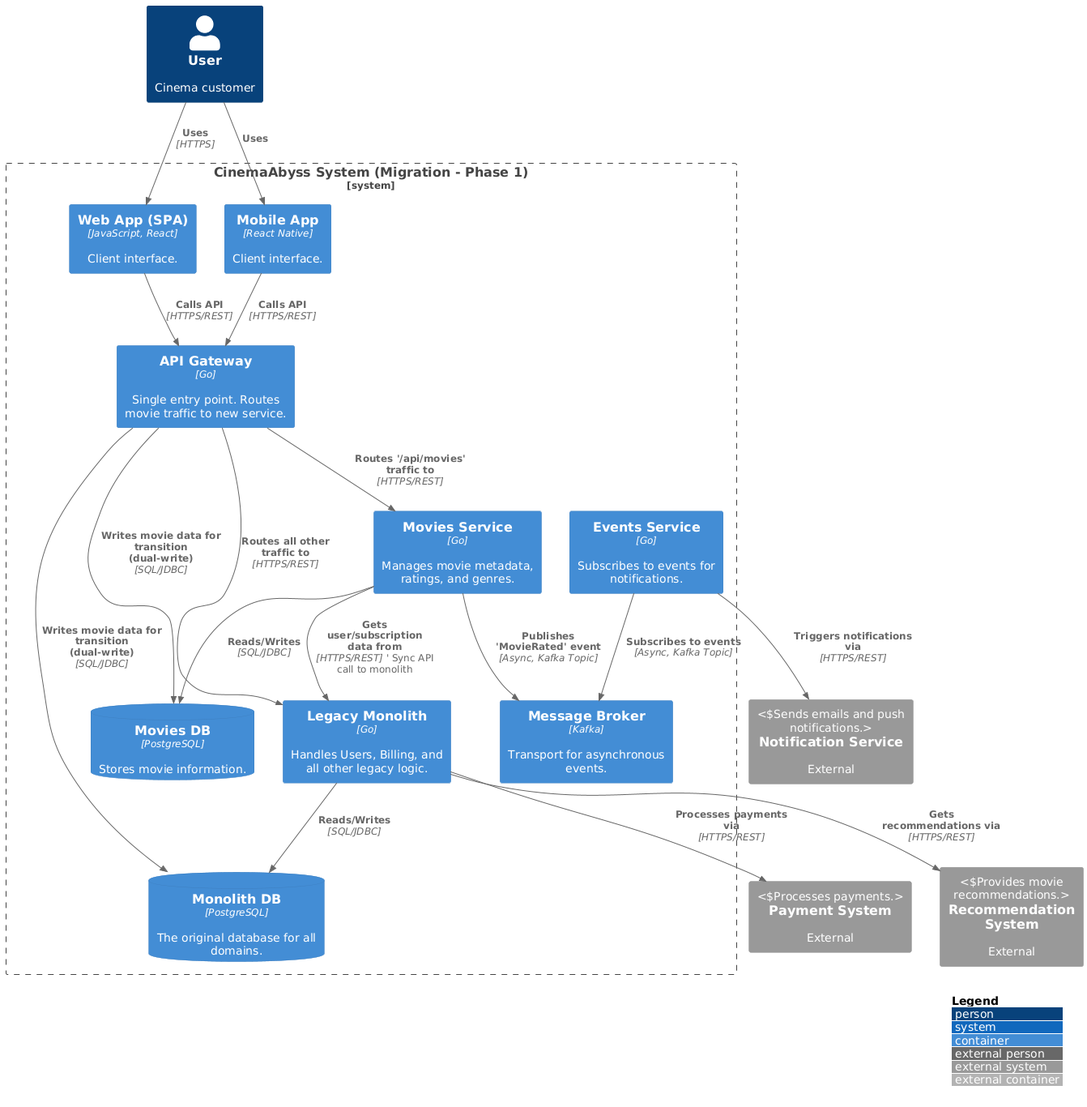
Earlier version of the PlantUML export docs/diagrams/img/C4_Containers_Migration_Phase1.png (agredyaev/architecture-pro-cinemaabyss). Source of this version:
```plantuml
@startuml C4_Containers_Migration_Phase1
!includeurl https://raw.githubusercontent.com/plantuml-stdlib/C4-PlantUML/master/C4_Container.puml

LAYOUT_WITH_LEGEND()

Person(user, "User", "Cinema customer")

System_Boundary(cinema_abyss, "CinemaAbyss System (Migration - Phase 1)") {
    Container(spa, "Web App (SPA)", "JavaScript, React", "Client interface.")
    Container(mobile_app, "Mobile App", "React Native", "Client interface.")

    Container(api_gateway, "API Gateway", "Go", "Single entry point. Routes movie traffic to new service.")

    Container(movies_service, "Movies Service", "Go", "Manages movie metadata, ratings, and genres.")
    ContainerDb(movies_db, "Movies DB", "PostgreSQL", "Stores movie information.")

    Container(events_service, "Events Service", "Go", "Subscribes to events for notifications.")
    Container(kafka, "Message Broker", "Kafka", "Transport for asynchronous events.")

    Container(monolith, "Legacy Monolith", "Go", "Handles Users, Billing, and all other legacy logic.")
    ContainerDb(monolith_db, "Monolith DB", "PostgreSQL", "The original database for all domains.")
}

System_Ext(notification_service, "Notification Service", "External", "Sends emails and push notifications.")
System_Ext(payment_system, "Payment System", "External", "Processes payments.")
System_Ext(recommendation_system, "Recommendation System", "External", "Provides movie recommendations.")

Rel(user, spa, "Uses", "HTTPS")
Rel(user, mobile_app, "Uses")

Rel(spa, api_gateway, "Calls API", "HTTPS/REST")
Rel(mobile_app, api_gateway, "Calls API", "HTTPS/REST")

Rel(api_gateway, movies_service, "Routes '/api/movies' traffic to", "HTTPS/REST")
Rel(api_gateway, monolith, "Routes all other traffic to", "HTTPS/REST")

Rel(movies_service, movies_db, "Reads/Writes", "SQL/JDBC")
Rel(monolith, monolith_db, "Reads/Writes", "SQL/JDBC")
Rel(movies_service, monolith, "Gets user/subscription data from", "HTTPS/REST") ' Sync API call to monolith

Rel(movies_service, kafka, "Publishes 'MovieRated' event", "Async, Kafka Topic")
Rel(events_service, kafka, "Subscribes to events", "Async, Kafka Topic")
Rel(events_service, notification_service, "Triggers notifications via", "HTTPS/REST")

Rel(monolith, payment_system, "Processes payments via", "HTTPS/REST")
Rel(monolith, recommendation_system, "Gets recommendations via", "HTTPS/REST")

Rel_D(api_gateway, monolith_db, "Writes movie data for transition (dual-write)", "SQL/JDBC")
Rel_D(api_gateway, movies_db, "Writes movie data for transition (dual-write)", "SQL/JDBC")

@enduml
```
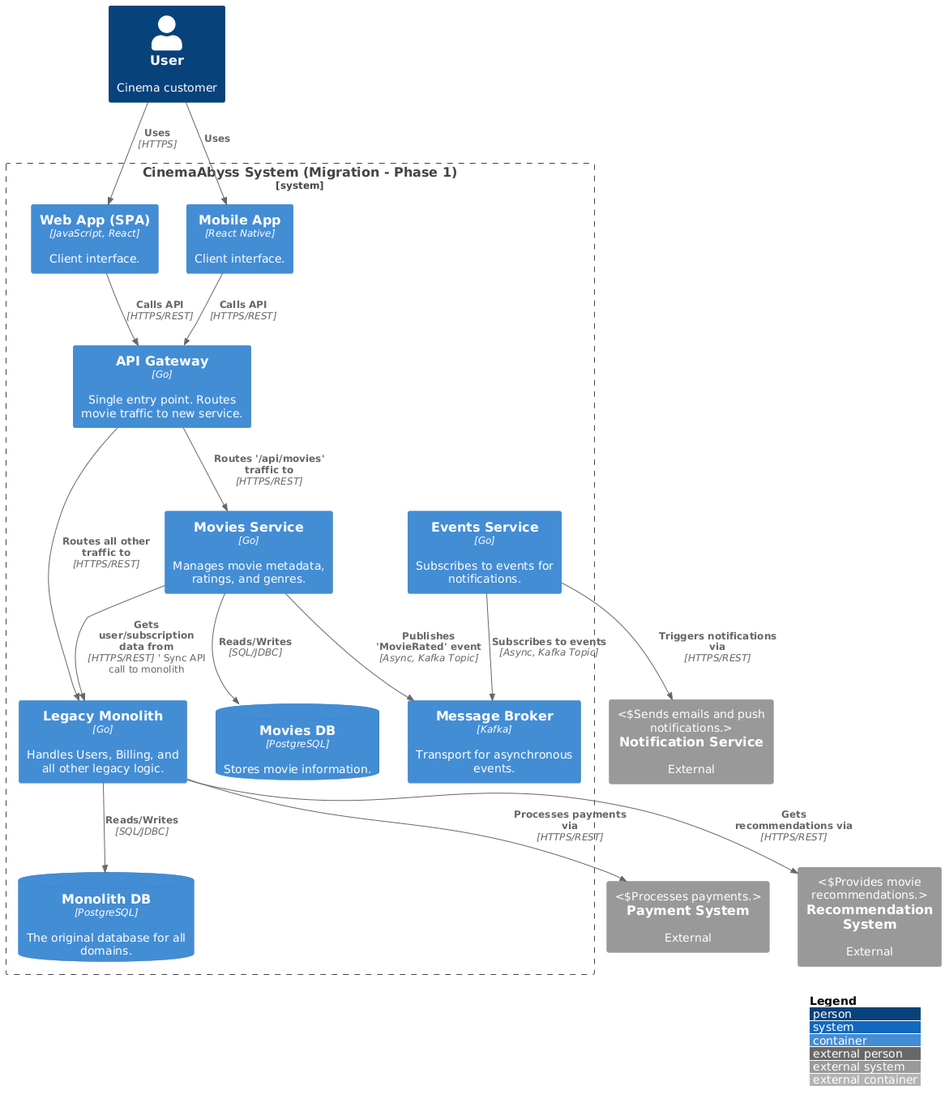
After the commit.

What changed in the source:
```diff
@@ -45,7 +45,5 @@
 Rel(monolith, payment_system, "Processes payments via", "HTTPS/REST")
 Rel(monolith, recommendation_system, "Gets recommendations via", "HTTPS/REST")
 
-Rel_D(api_gateway, monolith_db, "Writes movie data for transition (dual-write)", "SQL/JDBC")
-Rel_D(api_gateway, movies_db, "Writes movie data for transition (dual-write)", "SQL/JDBC")
 
 @enduml
```
